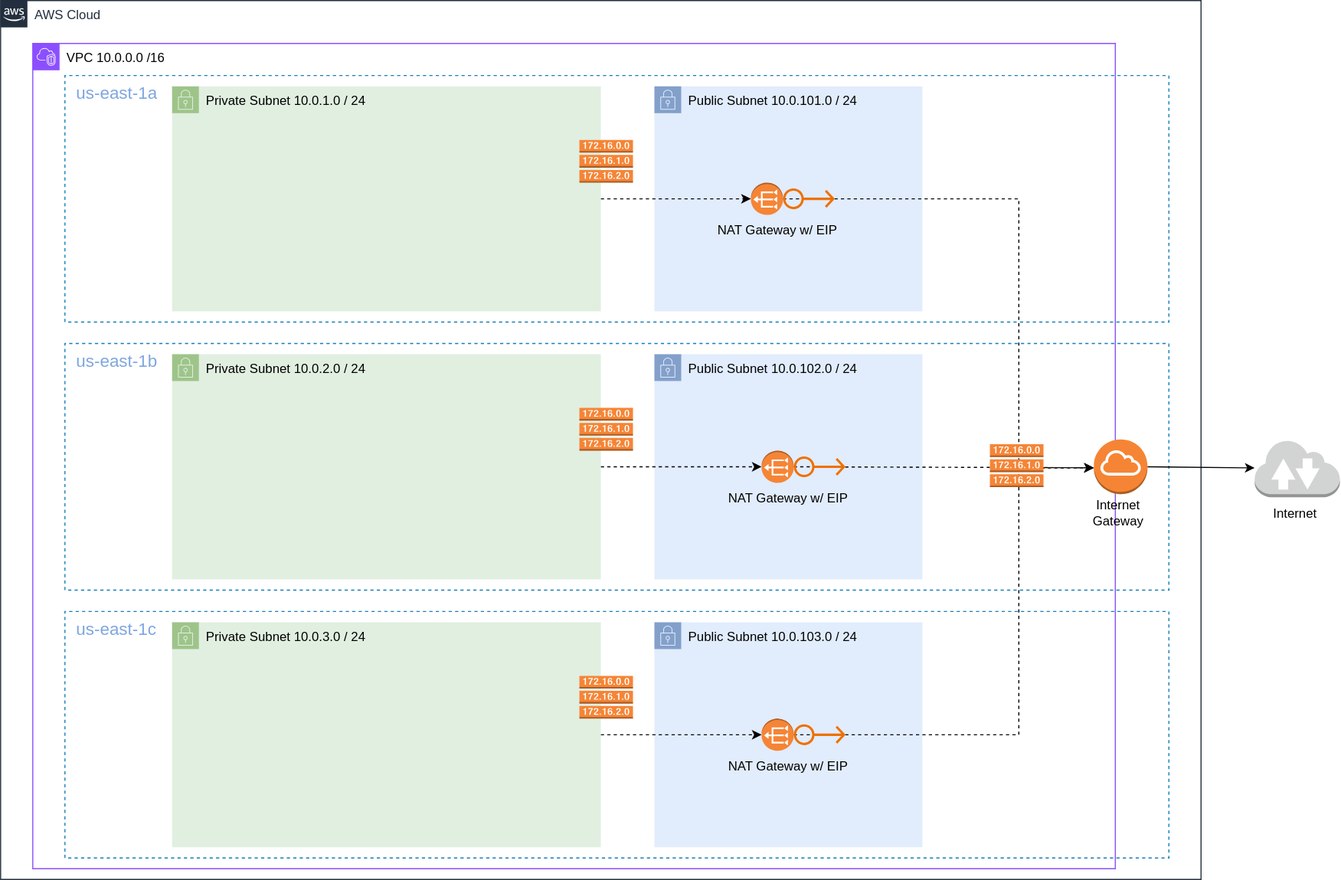
Before: vpc/docs/eks-ready-vpc.drawio.svg, a diagram exported from draw.io (archegos-labs/platform). Source tidied: cells renumbered, new cells last; positions are measured from the earlier drawing's top-left corner, leaving out a move shared by most shapes.
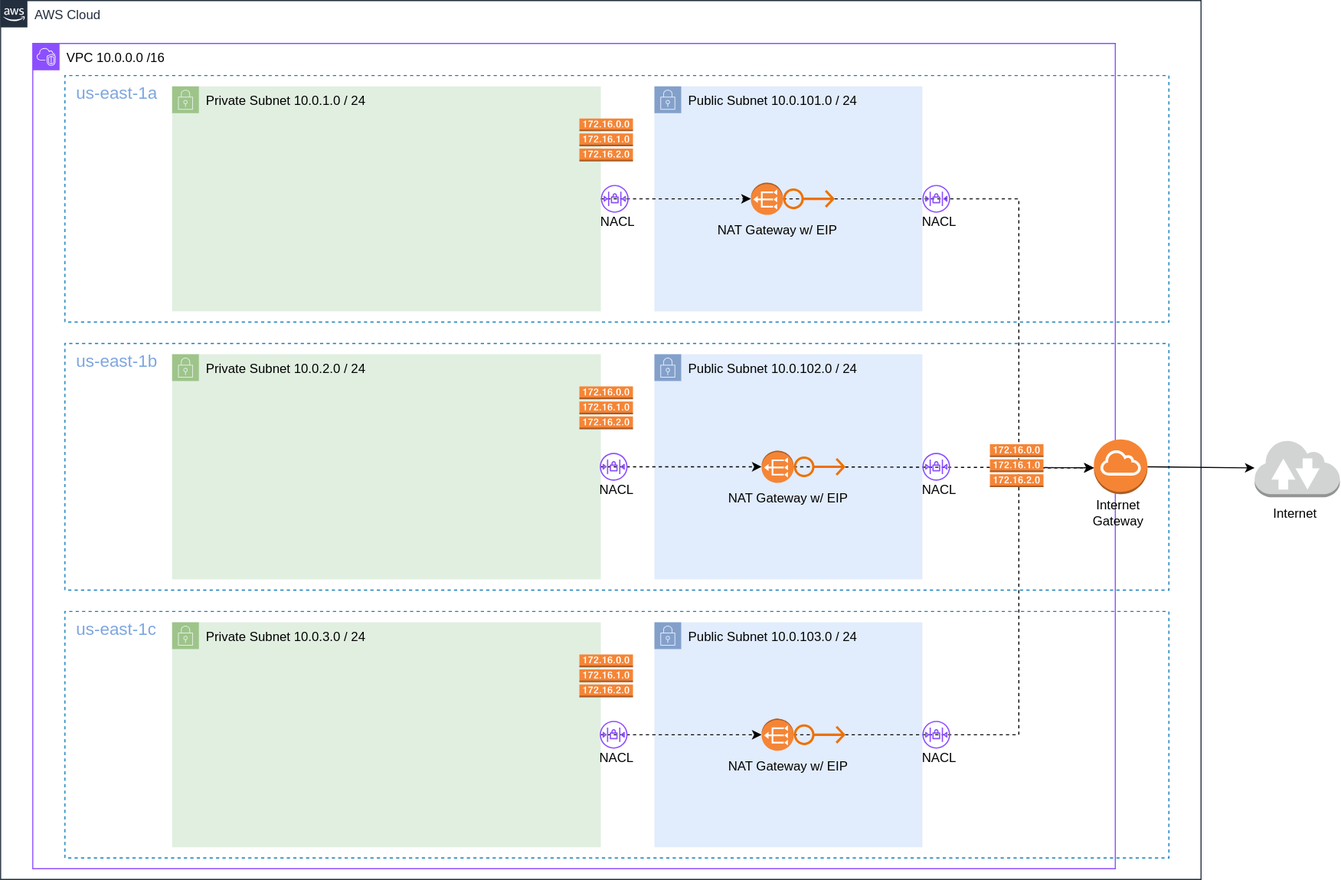
The same file after the commit.

The edit, as a diff of the source:
```diff
@@ -56,7 +56,7 @@
       <mxGeometry x="160" y="80" width="400" height="210" as="geometry" />
     </mxCell>
     <mxCell id="15" style="dashed=0;verticalLabelPosition=bottom;verticalAlign=top;align=center;html=1;shape=mxgraph.aws3.route_table;fillColor=#F58536;gradientColor=none;" parent="1" vertex="1">
-      <mxGeometry x="540" y="130" width="50" height="40" as="geometry" />
+      <mxGeometry x="540" y="110" width="50" height="40" as="geometry" />
     </mxCell>
     <mxCell id="16" style="endArrow=classic;html=1;rounded=0;entryX=1;entryY=0.5;entryDx=0;entryDy=0;entryPerimeter=0;dashed=1;" parent="1" edge="1" source="17" target="28">
       <mxGeometry relative="1" as="geometry" />
@@ -65,7 +65,7 @@
       <mxGeometry x="160" y="330" width="400" height="210" as="geometry" />
     </mxCell>
     <mxCell id="18" style="dashed=0;verticalLabelPosition=bottom;verticalAlign=top;align=center;html=1;shape=mxgraph.aws3.route_table;fillColor=#F58536;gradientColor=none;" parent="1" vertex="1">
-      <mxGeometry x="540" y="380" width="50" height="40" as="geometry" />
+      <mxGeometry x="540" y="360" width="50" height="40" as="geometry" />
     </mxCell>
     <mxCell id="19" value="&lt;font color=&quot;#7ea6e0&quot; style=&quot;font-size: 16px;&quot;&gt;&amp;nbsp; &lt;font style=&quot;font-size: 16px;&quot;&gt;us-east-1c&lt;/font&gt;&lt;/font&gt;" style="fillColor=none;strokeColor=#147EBA;dashed=1;verticalAlign=top;fontStyle=0;fontColor=#147EBA;whiteSpace=wrap;html=1;flipH=0;direction=south;align=left;" parent="1" vertex="1">
       <mxGeometry x="60" y="570" width="1030" height="230" as="geometry" />
@@ -77,7 +77,7 @@
       <mxGeometry x="160" y="580" width="400" height="210" as="geometry" />
     </mxCell>
     <mxCell id="22" style="dashed=0;verticalLabelPosition=bottom;verticalAlign=top;align=center;html=1;shape=mxgraph.aws3.route_table;fillColor=#F58536;gradientColor=none;" parent="1" vertex="1">
-      <mxGeometry x="540" y="630" width="50" height="40" as="geometry" />
+      <mxGeometry x="540" y="610" width="50" height="40" as="geometry" />
     </mxCell>
     <mxCell id="23" style="group;" parent="1" vertex="1">
       <mxGeometry x="665" y="170" width="120" height="60" as="geometry" />
@@ -136,5 +136,59 @@
     <mxCell id="41" value="Internet Gateway" style="text;html=1;align=center;verticalAlign=middle;whiteSpace=wrap;rounded=0;" parent="39" vertex="1">
       <mxGeometry y="53.5" width="60" height="30" as="geometry" />
     </mxCell>
+    <mxCell id="42" style="group;" parent="1" vertex="1">
+      <mxGeometry x="846" y="172" width="60" height="50" as="geometry" />
+    </mxCell>
+    <mxCell id="43" style="sketch=0;fontColor=#232F3E;gradientColor=none;fillColor=#8C4FFF;strokeColor=none;dashed=0;verticalLabelPosition=bottom;verticalAlign=top;align=center;html=1;fontSize=12;fontStyle=0;shape=mxgraph.aws4.network_access_control_list;" parent="42" vertex="1">
+      <mxGeometry x="14" width="26" height="26" as="geometry" />
+    </mxCell>
+    <mxCell id="44" value="NACL" style="text;html=1;align=center;verticalAlign=middle;whiteSpace=wrap;rounded=0;" parent="42" vertex="1">
+      <mxGeometry y="20" width="60" height="30" as="geometry" />
+    </mxCell>
+    <mxCell id="45" style="group;" parent="1" vertex="1">
+      <mxGeometry x="846" y="422" width="60" height="50" as="geometry" />
+    </mxCell>
+    <mxCell id="46" style="sketch=0;fontColor=#232F3E;gradientColor=none;fillColor=#8C4FFF;strokeColor=none;dashed=0;verticalLabelPosition=bottom;verticalAlign=top;align=center;html=1;fontSize=12;fontStyle=0;shape=mxgraph.aws4.network_access_control_list;" parent="45" vertex="1">
+      <mxGeometry x="14" width="26" height="26" as="geometry" />
+    </mxCell>
+    <mxCell id="47" value="NACL" style="text;html=1;align=center;verticalAlign=middle;whiteSpace=wrap;rounded=0;" parent="45" vertex="1">
+      <mxGeometry y="20" width="60" height="30" as="geometry" />
+    </mxCell>
+    <mxCell id="48" style="group;" parent="1" vertex="1">
+      <mxGeometry x="846" y="672" width="60" height="50" as="geometry" />
+    </mxCell>
+    <mxCell id="49" style="sketch=0;fontColor=#232F3E;gradientColor=none;fillColor=#8C4FFF;strokeColor=none;dashed=0;verticalLabelPosition=bottom;verticalAlign=top;align=center;html=1;fontSize=12;fontStyle=0;shape=mxgraph.aws4.network_access_control_list;" parent="48" vertex="1">
+      <mxGeometry x="14" width="26" height="26" as="geometry" />
+    </mxCell>
+    <mxCell id="50" value="NACL" style="text;html=1;align=center;verticalAlign=middle;whiteSpace=wrap;rounded=0;" parent="48" vertex="1">
+      <mxGeometry y="20" width="60" height="30" as="geometry" />
+    </mxCell>
+    <mxCell id="51" style="group;" parent="1" vertex="1">
+      <mxGeometry x="546" y="172" width="60" height="50" as="geometry" />
+    </mxCell>
+    <mxCell id="52" style="sketch=0;fontColor=#232F3E;gradientColor=none;fillColor=#8C4FFF;strokeColor=none;dashed=0;verticalLabelPosition=bottom;verticalAlign=top;align=center;html=1;fontSize=12;fontStyle=0;shape=mxgraph.aws4.network_access_control_list;" parent="51" vertex="1">
+      <mxGeometry x="14" width="26" height="26" as="geometry" />
+    </mxCell>
+    <mxCell id="53" value="NACL" style="text;html=1;align=center;verticalAlign=middle;whiteSpace=wrap;rounded=0;" parent="51" vertex="1">
+      <mxGeometry y="20" width="60" height="30" as="geometry" />
+    </mxCell>
+    <mxCell id="54" style="group;" parent="1" vertex="1">
+      <mxGeometry x="545" y="422" width="60" height="50" as="geometry" />
+    </mxCell>
+    <mxCell id="55" style="sketch=0;fontColor=#232F3E;gradientColor=none;fillColor=#8C4FFF;strokeColor=none;dashed=0;verticalLabelPosition=bottom;verticalAlign=top;align=center;html=1;fontSize=12;fontStyle=0;shape=mxgraph.aws4.network_access_control_list;" parent="54" vertex="1">
+      <mxGeometry x="14" width="26" height="26" as="geometry" />
+    </mxCell>
+    <mxCell id="56" value="NACL" style="text;html=1;align=center;verticalAlign=middle;whiteSpace=wrap;rounded=0;" parent="54" vertex="1">
+      <mxGeometry y="20" width="60" height="30" as="geometry" />
+    </mxCell>
+    <mxCell id="57" style="group;" parent="1" vertex="1">
+      <mxGeometry x="545" y="672" width="60" height="50" as="geometry" />
+    </mxCell>
+    <mxCell id="58" style="sketch=0;fontColor=#232F3E;gradientColor=none;fillColor=#8C4FFF;strokeColor=none;dashed=0;verticalLabelPosition=bottom;verticalAlign=top;align=center;html=1;fontSize=12;fontStyle=0;shape=mxgraph.aws4.network_access_control_list;" parent="57" vertex="1">
+      <mxGeometry x="14" width="26" height="26" as="geometry" />
+    </mxCell>
+    <mxCell id="59" value="NACL" style="text;html=1;align=center;verticalAlign=middle;whiteSpace=wrap;rounded=0;" parent="57" vertex="1">
+      <mxGeometry y="20" width="60" height="30" as="geometry" />
+    </mxCell>
   </root>
 </mxGraphModel>
```
